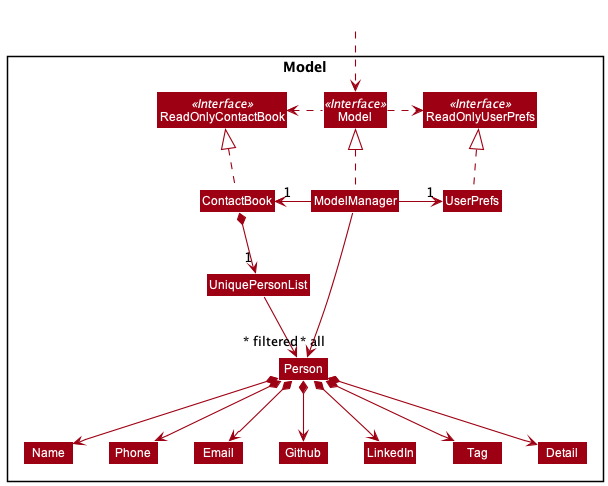
This is docs/images/ModelClassDiagram.png from samyipsh/tp, a PlantUML export, as it was before one commit.
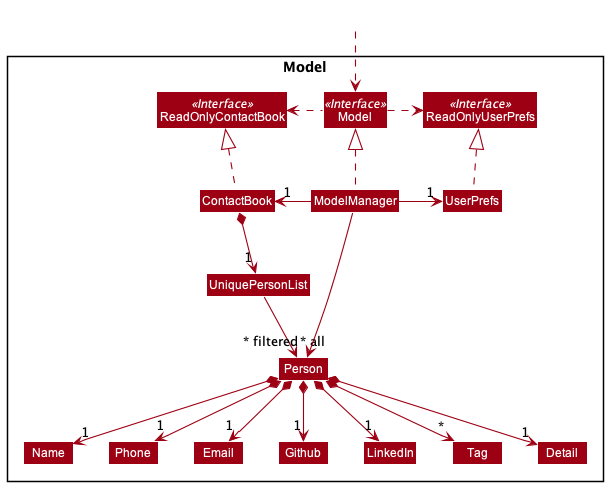
The same file after the commit.

Diff of the diagram source:
```diff
@@ -42,13 +42,13 @@
 
 ContactBook *--> "1" UniquePersonList
 UniquePersonList --> "~* all" Person
-Person *--> Name
-Person *--> Phone
-Person *--> Email
-Person *--> Github
-Person *--> LinkedIn
-Person *--> Tag
-Person *--> Detail
+Person *--> "1" Name
+Person *--> "1" Phone
+Person *--> "1" Email
+Person *--> "1" Github
+Person *--> "1" LinkedIn
+Person *--> "*" Tag
+Person *--> "1" Detail
 
 Name -[hidden]right-> Phone
 Email -[hidden]right-> Tag
```
